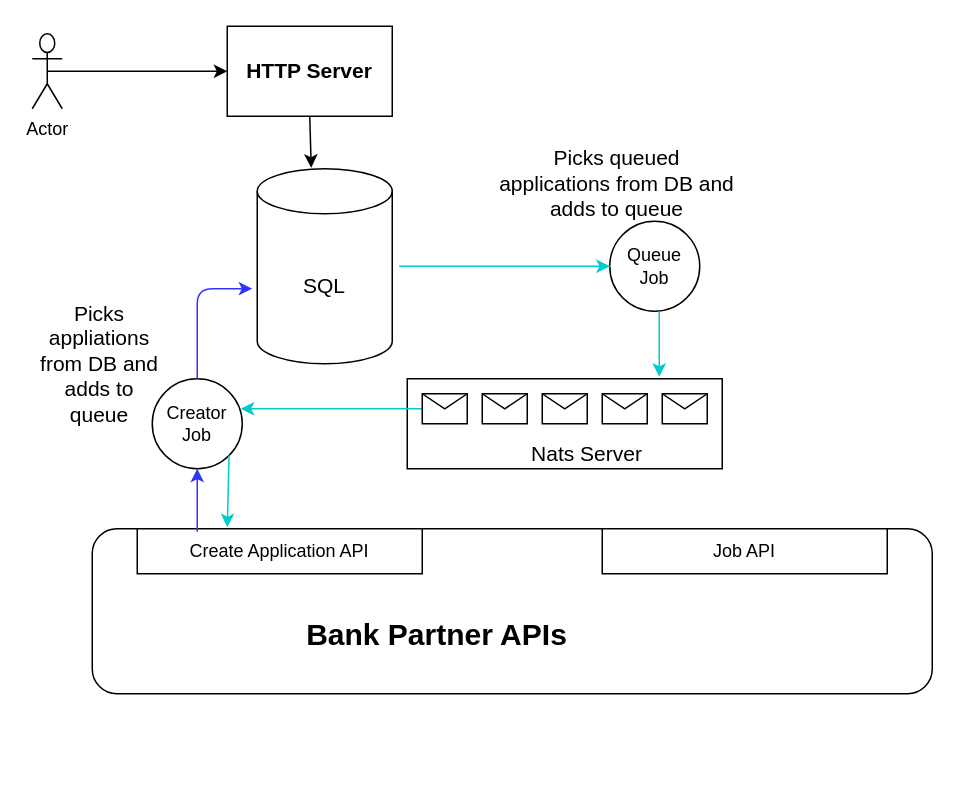
Above: Untitled Diagram.drawio in mailanushamn/DockerSamples (draw.io), before the change. Source tidied: cells renumbered, new cells numbered last; positions are measured from the earlier drawing's top-left corner, leaving out a move shared by most shapes. Both pictures are drawn from the tidied source at 150%, with x=0, y=0 at pixel (32, 26).
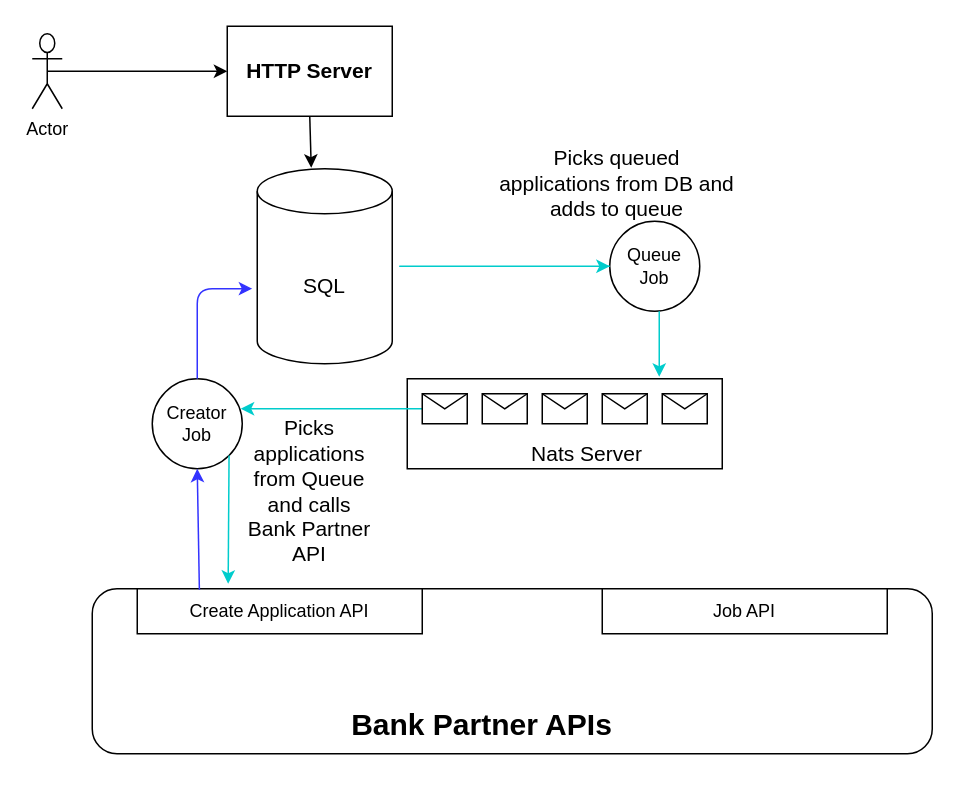
The same diagram, later.

The change refers to these unchanged cells:
```xml
<mxCell id="5" value="Creator Job" style="ellipse;whiteSpace=wrap;html=1;" parent="1" vertex="1">
  <mxGeometry x="80" y="235" width="60" height="60" as="geometry" />
</mxCell>
```

Change to the diagram source:
```diff
@@
     <mxCell id="7" style="rounded=1;whiteSpace=wrap;html=1;" parent="1" vertex="1">
-      <mxGeometry x="40" y="335" width="560" height="110" as="geometry" />
+      <mxGeometry x="40" y="375" width="560" height="110" as="geometry" />
     </mxCell>
     <mxCell id="8" value="Create Application API" style="rounded=0;whiteSpace=wrap;html=1;" parent="1" vertex="1">
-      <mxGeometry x="70" y="335" width="190" height="30" as="geometry" />
+      <mxGeometry x="70" y="375" width="190" height="30" as="geometry" />
     </mxCell>
     <mxCell id="9" value="&lt;h3&gt;&lt;font style=&quot;font-size: 20px&quot;&gt;Bank Partner APIs&lt;/font&gt;&lt;/h3&gt;" style="text;html=1;strokeColor=none;fillColor=none;align=center;verticalAlign=middle;whiteSpace=wrap;rounded=0;" parent="1" vertex="1">
-      <mxGeometry x="140" y="385" width="260" height="40" as="geometry" />
+      <mxGeometry x="170" y="445" width="260" height="40" as="geometry" />
     </mxCell>
     <mxCell id="10" value="Job API" style="rounded=0;whiteSpace=wrap;html=1;" parent="1" vertex="1">
-      <mxGeometry x="380" y="335" width="190" height="30" as="geometry" />
+      <mxGeometry x="380" y="375" width="190" height="30" as="geometry" />
     </mxCell>
-    <mxCell id="11" style="endArrow=classic;html=1;fontSize=14;entryX=0.5;entryY=1;entryDx=0;entryDy=0;strokeColor=#3333FF;" parent="1" edge="1" target="5">
-      <mxGeometry relative="1" as="geometry">
-        <mxPoint x="110" y="337" as="sourcePoint" />
-      </mxGeometry>
+    <mxCell id="11" style="endArrow=classic;html=1;fontSize=14;entryX=0.5;entryY=1;entryDx=0;entryDy=0;strokeColor=#3333FF;exitX=0.218;exitY=0.022;exitDx=0;exitDy=0;exitPerimeter=0;" parent="1" edge="1" source="8" target="5">
+      <mxGeometry relative="1" as="geometry" />
     </mxCell>
@@
-    <mxCell id="16" style="endArrow=classic;html=1;strokeColor=#00CCCC;fontSize=14;exitX=1;exitY=1;exitDx=0;exitDy=0;" parent="1" edge="1" source="5">
-      <mxGeometry relative="1" as="geometry">
-        <mxPoint x="130" y="334" as="targetPoint" />
-      </mxGeometry>
+    <mxCell id="16" style="endArrow=classic;html=1;strokeColor=#00CCCC;fontSize=14;exitX=1;exitY=1;exitDx=0;exitDy=0;entryX=0.319;entryY=-0.111;entryDx=0;entryDy=0;entryPerimeter=0;" parent="1" edge="1" source="5" target="8">
+      <mxGeometry relative="1" as="geometry" />
     </mxCell>
@@
-    <mxCell id="27" value="Picks appliations from DB and adds to queue" style="text;html=1;strokeColor=none;fillColor=none;align=center;verticalAlign=middle;whiteSpace=wrap;rounded=0;fontSize=14;" parent="1" vertex="1">
-      <mxGeometry y="205" width="90" height="40" as="geometry" />
+    <mxCell id="27" value="Picks applications from Queue and calls Bank Partner API" style="text;html=1;strokeColor=none;fillColor=none;align=center;verticalAlign=middle;whiteSpace=wrap;rounded=0;fontSize=14;" parent="1" vertex="1">
+      <mxGeometry x="140" y="275" width="90" height="70" as="geometry" />
     </mxCell>
```
